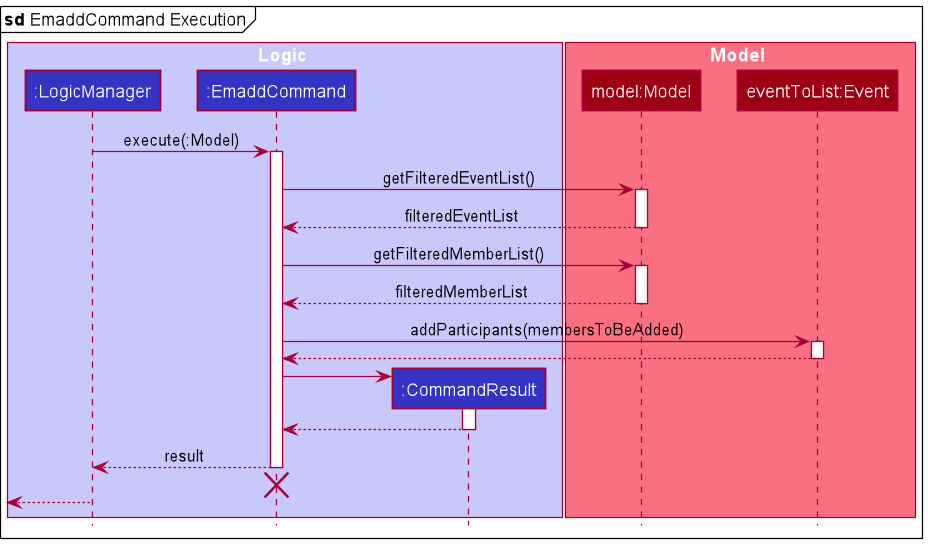
nus-cs2103-AY2122S1/tp keeps this PlantUML diagram as docs/images/EmaddExecutionSequenceDiagram.png. Above is the earlier version. Source of this version:
```plantuml
@startuml
!include style.puml
mainframe **sd** EmaddCommand Execution

box Logic LOGIC_COLOR_T1
participant ":LogicManager" as LogicManager LOGIC_COLOR
participant ":EmaddCommand" as EmaddCommand LOGIC_COLOR
participant ":CommandResult" as CommandResult LOGIC_COLOR
end box

box Model MODEL_COLOR_T1
participant "model:Model" as Model MODEL_COLOR
participant "eventToList:Event" as Event MODEL_COLOR
end box

LogicManager -> EmaddCommand : execute(:Model)
activate EmaddCommand

EmaddCommand -> Model : getFilteredEventList()
activate Model

Model --> EmaddCommand : filteredEventList
deactivate Model

EmaddCommand -> Model : getFilteredMemberList()
activate Model

Model --> EmaddCommand : filteredMemberList
deactivate Model

EmaddCommand -> Event : addParticipants(membersToBeAdded)
activate Event

Event --> EmaddCommand
deactivate Event

create CommandResult
EmaddCommand -> CommandResult
activate CommandResult

CommandResult --> EmaddCommand
deactivate CommandResult

EmaddCommand --> LogicManager : result
deactivate EmaddCommand

EmaddCommand -[hidden]-> LogicManager
destroy EmaddCommand

[<--LogicManager
deactivate LogicManager
@enduml
```
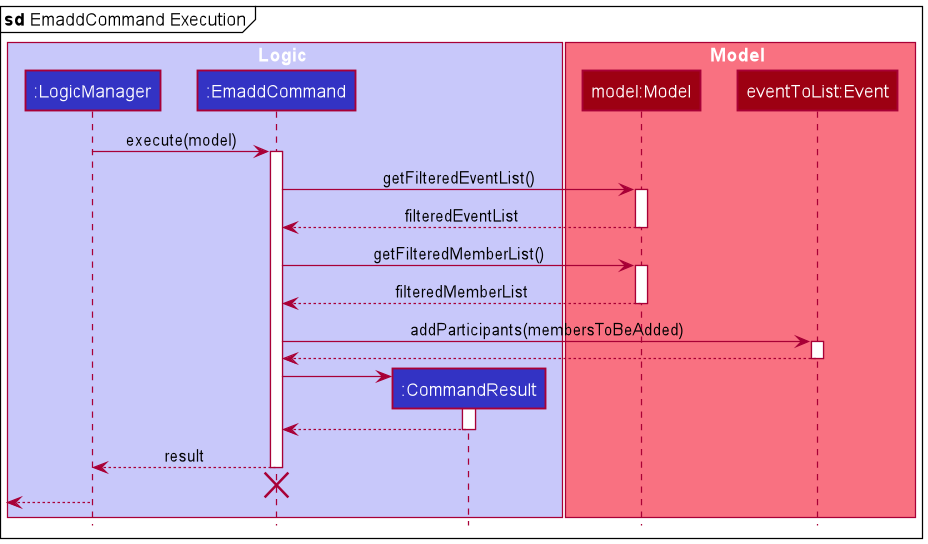
Above is the later version.

Diff of the diagram source:
```diff
@@ -13,7 +13,7 @@
 participant "eventToList:Event" as Event MODEL_COLOR
 end box
 
-LogicManager -> EmaddCommand : execute(:Model)
+LogicManager -> EmaddCommand : execute(model)
 activate EmaddCommand
 
 EmaddCommand -> Model : getFilteredEventList()
```
